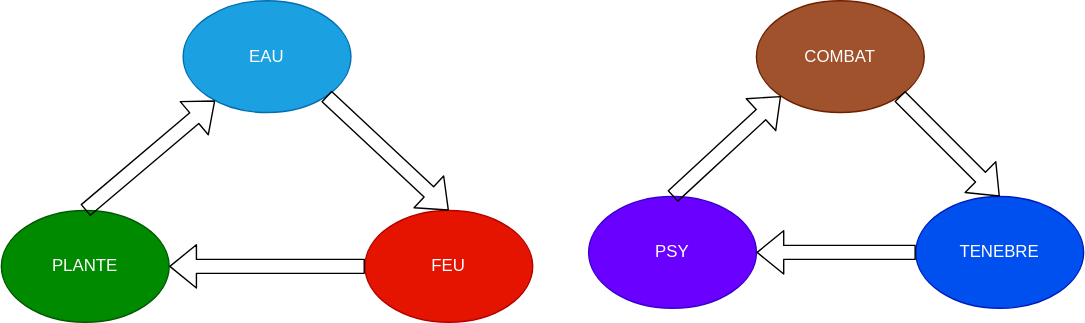
Before: diagramme_faible.svg, a diagram exported from draw.io (mickael-al/CosmoCrystal). Source tidied: cells renumbered, new cells last; positions are measured from the earlier drawing's top-left corner, leaving out a move shared by most shapes. Its diagram source:
```xml
<mxGraphModel>
  <root>
    <mxCell id="0" />
    <mxCell id="1" parent="0" />
    <mxCell id="2" value="EAU" style="ellipse;whiteSpace=wrap;html=1;fillColor=#1ba1e2;strokeColor=#006EAF;fontColor=#ffffff;" parent="1" vertex="1">
      <mxGeometry x="130" width="120" height="80" as="geometry" />
    </mxCell>
    <mxCell id="3" value="FEU" style="ellipse;whiteSpace=wrap;html=1;fillColor=#e51400;strokeColor=#B20000;fontColor=#ffffff;" parent="1" vertex="1">
      <mxGeometry x="260" y="150" width="120" height="80" as="geometry" />
    </mxCell>
    <mxCell id="4" value="PLANTE" style="ellipse;whiteSpace=wrap;html=1;fillColor=#008a00;strokeColor=#005700;fontColor=#ffffff;" parent="1" vertex="1">
      <mxGeometry y="150" width="120" height="80" as="geometry" />
    </mxCell>
    <mxCell id="5" style="shape=flexArrow;endArrow=classic;html=1;entryX=1;entryY=0.5;entryDx=0;entryDy=0;exitX=0;exitY=0.5;exitDx=0;exitDy=0;" parent="1" edge="1" source="3" target="4">
      <mxGeometry relative="1" as="geometry" />
    </mxCell>
    <mxCell id="6" style="shape=flexArrow;endArrow=classic;html=1;exitX=1;exitY=1;exitDx=0;exitDy=0;entryX=0.5;entryY=0;entryDx=0;entryDy=0;" parent="1" edge="1" source="2" target="3">
      <mxGeometry relative="1" as="geometry" />
    </mxCell>
    <mxCell id="7" style="shape=flexArrow;endArrow=classic;html=1;exitX=0.5;exitY=0;exitDx=0;exitDy=0;" parent="1" edge="1" source="4" target="2">
      <mxGeometry relative="1" as="geometry" />
    </mxCell>
    <mxCell id="8" value="COMBAT" style="ellipse;whiteSpace=wrap;html=1;fillColor=#a0522d;strokeColor=#6D1F00;fontColor=#ffffff;" parent="1" vertex="1">
      <mxGeometry x="540" width="120" height="80" as="geometry" />
    </mxCell>
    <mxCell id="9" value="PSY" style="ellipse;whiteSpace=wrap;html=1;fillColor=#6a00ff;strokeColor=#3700CC;fontColor=#ffffff;" parent="1" vertex="1">
      <mxGeometry x="420" y="140" width="120" height="80" as="geometry" />
    </mxCell>
    <mxCell id="10" value="TENEBRE&lt;br&gt;" style="ellipse;whiteSpace=wrap;html=1;fillColor=#0050ef;strokeColor=#001DBC;fontColor=#ffffff;" parent="1" vertex="1">
      <mxGeometry x="654" y="140" width="120" height="80" as="geometry" />
    </mxCell>
    <mxCell id="11" style="shape=flexArrow;endArrow=classic;html=1;exitX=0.5;exitY=0;exitDx=0;exitDy=0;entryX=0;entryY=1;entryDx=0;entryDy=0;" parent="1" edge="1" source="9" target="8">
      <mxGeometry relative="1" as="geometry" />
    </mxCell>
    <mxCell id="12" style="shape=flexArrow;endArrow=classic;html=1;exitX=0;exitY=0.5;exitDx=0;exitDy=0;entryX=1;entryY=0.5;entryDx=0;entryDy=0;" parent="1" edge="1" source="10" target="9">
      <mxGeometry relative="1" as="geometry" />
    </mxCell>
    <mxCell id="13" style="shape=flexArrow;endArrow=classic;html=1;exitX=1;exitY=1;exitDx=0;exitDy=0;entryX=0.5;entryY=0;entryDx=0;entryDy=0;" parent="1" edge="1" source="8" target="10">
      <mxGeometry relative="1" as="geometry" />
    </mxCell>
  </root>
</mxGraphModel>
```
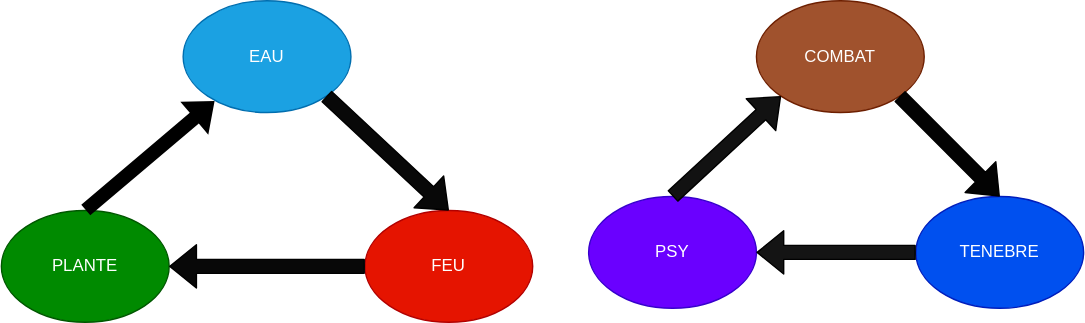
Later version of the same file.

Diff of the diagram source:
```diff
@@ -11,13 +11,13 @@
     <mxCell id="4" value="PLANTE" style="ellipse;whiteSpace=wrap;html=1;fillColor=#008a00;strokeColor=#005700;fontColor=#ffffff;" parent="1" vertex="1">
       <mxGeometry y="150" width="120" height="80" as="geometry" />
     </mxCell>
-    <mxCell id="5" style="shape=flexArrow;endArrow=classic;html=1;entryX=1;entryY=0.5;entryDx=0;entryDy=0;exitX=0;exitY=0.5;exitDx=0;exitDy=0;" parent="1" edge="1" source="3" target="4">
+    <mxCell id="5" style="shape=flexArrow;endArrow=classic;html=1;entryX=1;entryY=0.5;entryDx=0;entryDy=0;exitX=0;exitY=0.5;exitDx=0;exitDy=0;fillColor=#080808;" parent="1" edge="1" source="3" target="4">
       <mxGeometry relative="1" as="geometry" />
     </mxCell>
-    <mxCell id="6" style="shape=flexArrow;endArrow=classic;html=1;exitX=1;exitY=1;exitDx=0;exitDy=0;entryX=0.5;entryY=0;entryDx=0;entryDy=0;" parent="1" edge="1" source="2" target="3">
+    <mxCell id="6" style="shape=flexArrow;endArrow=classic;html=1;exitX=1;exitY=1;exitDx=0;exitDy=0;entryX=0.5;entryY=0;entryDx=0;entryDy=0;fillColor=#080808;" parent="1" edge="1" source="2" target="3">
       <mxGeometry relative="1" as="geometry" />
     </mxCell>
-    <mxCell id="7" style="shape=flexArrow;endArrow=classic;html=1;exitX=0.5;exitY=0;exitDx=0;exitDy=0;" parent="1" edge="1" source="4" target="2">
+    <mxCell id="7" style="shape=flexArrow;endArrow=classic;html=1;exitX=0.5;exitY=0;exitDx=0;exitDy=0;strokeColor=none;fillColor=#000000;" parent="1" edge="1" source="4" target="2">
       <mxGeometry relative="1" as="geometry" />
     </mxCell>
     <mxCell id="8" value="COMBAT" style="ellipse;whiteSpace=wrap;html=1;fillColor=#a0522d;strokeColor=#6D1F00;fontColor=#ffffff;" parent="1" vertex="1">
@@ -29,13 +29,13 @@
     <mxCell id="10" value="TENEBRE&lt;br&gt;" style="ellipse;whiteSpace=wrap;html=1;fillColor=#0050ef;strokeColor=#001DBC;fontColor=#ffffff;" parent="1" vertex="1">
       <mxGeometry x="654" y="140" width="120" height="80" as="geometry" />
     </mxCell>
-    <mxCell id="11" style="shape=flexArrow;endArrow=classic;html=1;exitX=0.5;exitY=0;exitDx=0;exitDy=0;entryX=0;entryY=1;entryDx=0;entryDy=0;" parent="1" edge="1" source="9" target="8">
+    <mxCell id="11" style="shape=flexArrow;endArrow=classic;html=1;exitX=0.5;exitY=0;exitDx=0;exitDy=0;entryX=0;entryY=1;entryDx=0;entryDy=0;fillColor=#121212;" parent="1" edge="1" source="9" target="8">
       <mxGeometry relative="1" as="geometry" />
     </mxCell>
-    <mxCell id="12" style="shape=flexArrow;endArrow=classic;html=1;exitX=0;exitY=0.5;exitDx=0;exitDy=0;entryX=1;entryY=0.5;entryDx=0;entryDy=0;" parent="1" edge="1" source="10" target="9">
+    <mxCell id="12" style="shape=flexArrow;endArrow=classic;html=1;exitX=0;exitY=0.5;exitDx=0;exitDy=0;entryX=1;entryY=0.5;entryDx=0;entryDy=0;fillColor=#141414;" parent="1" edge="1" source="10" target="9">
       <mxGeometry relative="1" as="geometry" />
     </mxCell>
-    <mxCell id="13" style="shape=flexArrow;endArrow=classic;html=1;exitX=1;exitY=1;exitDx=0;exitDy=0;entryX=0.5;entryY=0;entryDx=0;entryDy=0;" parent="1" edge="1" source="8" target="10">
+    <mxCell id="13" style="shape=flexArrow;endArrow=classic;html=1;exitX=1;exitY=1;exitDx=0;exitDy=0;entryX=0.5;entryY=0;entryDx=0;entryDy=0;fillColor=#030303;" parent="1" edge="1" source="8" target="10">
       <mxGeometry relative="1" as="geometry" />
     </mxCell>
   </root>
```
